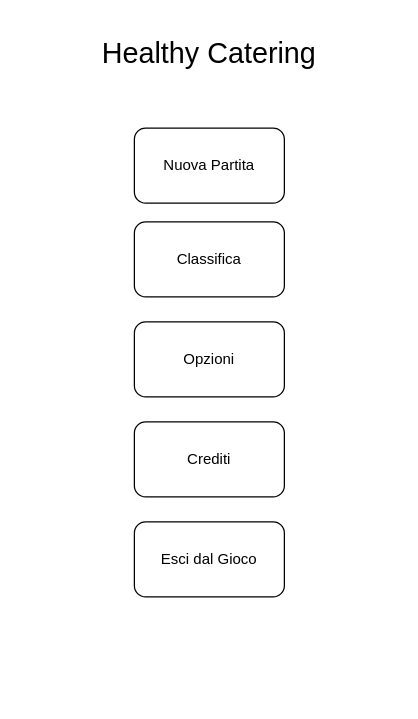
zSavT/Healthy-Catering keeps this draw.io diagram as doc/Progetti Drawio/MenuDiGioco.drawio. Above is the earlier version. Source tidied: cells renumbered, new cells numbered last; positions are measured from the earlier drawing's top-left corner, leaving out a move shared by most shapes. Both pictures are drawn from the tidied source at 125%, with x=0, y=0 at pixel (21, 21).
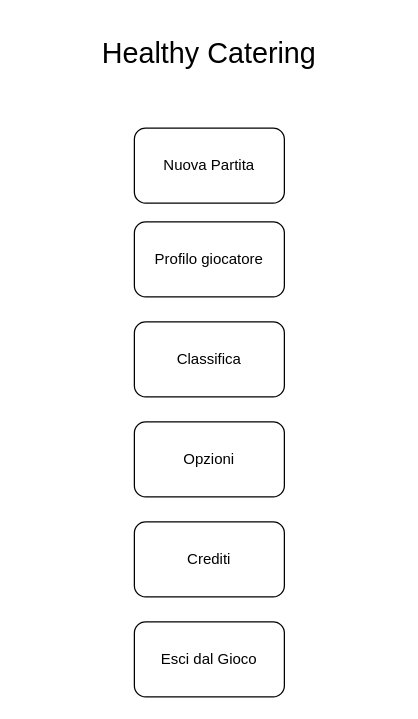
The same page after the edit.

Commit message (it also covers changes not shown here):
aggiornato prototipo schermata iniziale

Change to the diagram source:
```diff
@@
 <mxGraphModel>
   <root>
     <mxCell id="0" />
     <mxCell id="1" parent="0" />
     <mxCell id="2" value="Nuova Partita" style="rounded=1;whiteSpace=wrap;html=1;" parent="1" vertex="1">
       <mxGeometry x="90" y="85" width="120" height="60" as="geometry" />
     </mxCell>
-    <mxCell id="3" value="Classifica" style="rounded=1;whiteSpace=wrap;html=1;" parent="1" vertex="1">
+    <mxCell id="3" value="Profilo giocatore" style="rounded=1;whiteSpace=wrap;html=1;" parent="1" vertex="1">
       <mxGeometry x="90" y="160" width="120" height="60" as="geometry" />
     </mxCell>
+    <mxCell id="7" value="&lt;font style=&quot;font-size: 23px&quot;&gt;Healthy Catering&lt;/font&gt;" style="text;html=1;strokeColor=none;fillColor=none;align=center;verticalAlign=middle;whiteSpace=wrap;rounded=0;" parent="1" vertex="1">
+      <mxGeometry width="300" height="50" as="geometry" />
+    </mxCell>
+    <mxCell id="8" value="Classifica" style="rounded=1;whiteSpace=wrap;html=1;" parent="1" vertex="1">
+      <mxGeometry x="90" y="240" width="120" height="60" as="geometry" />
+    </mxCell>
     <mxCell id="4" value="Opzioni" style="rounded=1;whiteSpace=wrap;html=1;" parent="1" vertex="1">
-      <mxGeometry x="90" y="240" width="120" height="60" as="geometry" />
+      <mxGeometry x="90" y="320" width="120" height="60" as="geometry" />
     </mxCell>
     <mxCell id="5" value="Crediti" style="rounded=1;whiteSpace=wrap;html=1;" parent="1" vertex="1">
-      <mxGeometry x="90" y="320" width="120" height="60" as="geometry" />
+      <mxGeometry x="90" y="400" width="120" height="60" as="geometry" />
     </mxCell>
     <mxCell id="6" value="Esci dal Gioco" style="rounded=1;whiteSpace=wrap;html=1;" parent="1" vertex="1">
-      <mxGeometry x="90" y="400" width="120" height="60" as="geometry" />
+      <mxGeometry x="90" y="480" width="120" height="60" as="geometry" />
     </mxCell>
-    <mxCell id="7" value="&lt;font style=&quot;font-size: 23px&quot;&gt;Healthy Catering&lt;/font&gt;" style="text;html=1;strokeColor=none;fillColor=none;align=center;verticalAlign=middle;whiteSpace=wrap;rounded=0;" parent="1" vertex="1">
-      <mxGeometry width="300" height="50" as="geometry" />
-    </mxCell>
   </root>
 </mxGraphModel>
```
